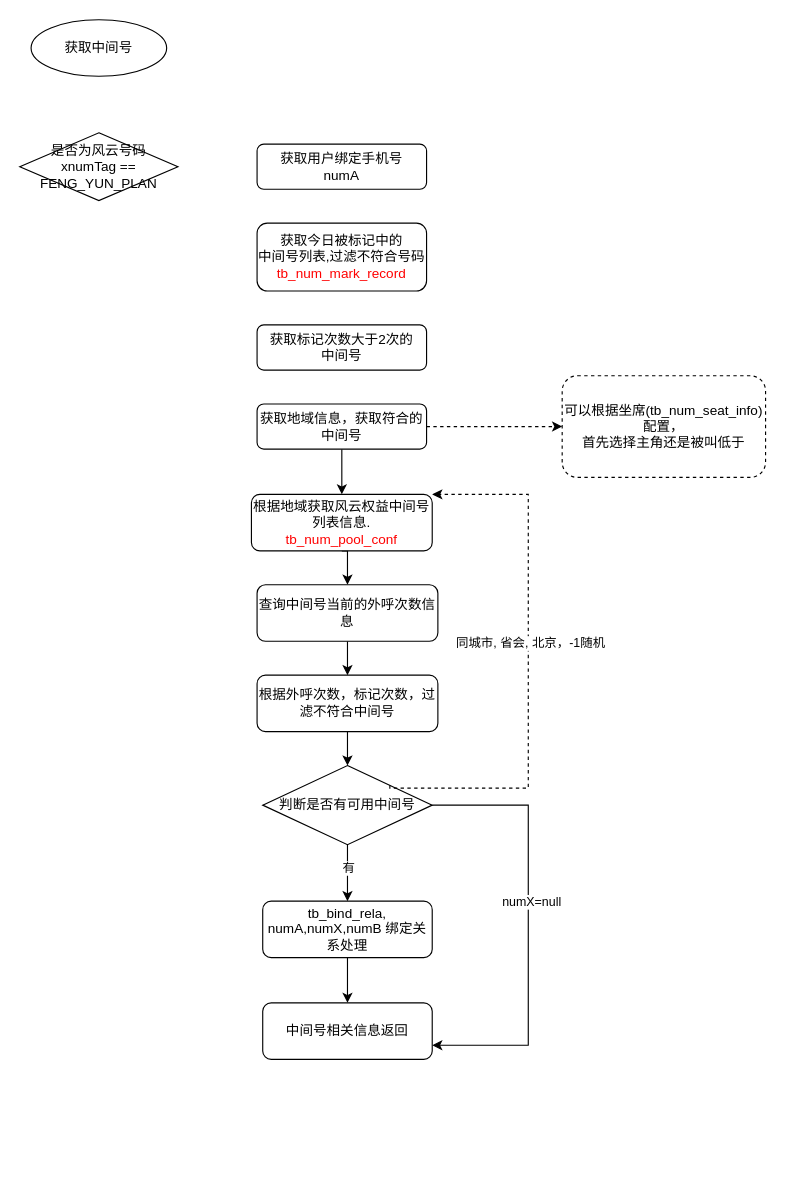
zhaoxiangchun/myMarkdownImg keeps this draw.io diagram as page "第 4 页" (4 of 4) of 3汇报.drawio. Above is the earlier version. Source tidied: cells renumbered, new cells numbered last; positions are measured from the earlier drawing's top-left corner, leaving out a move shared by most shapes. Both pictures are drawn from the tidied source at 113%, with x=0, y=0 at pixel (19, 19).
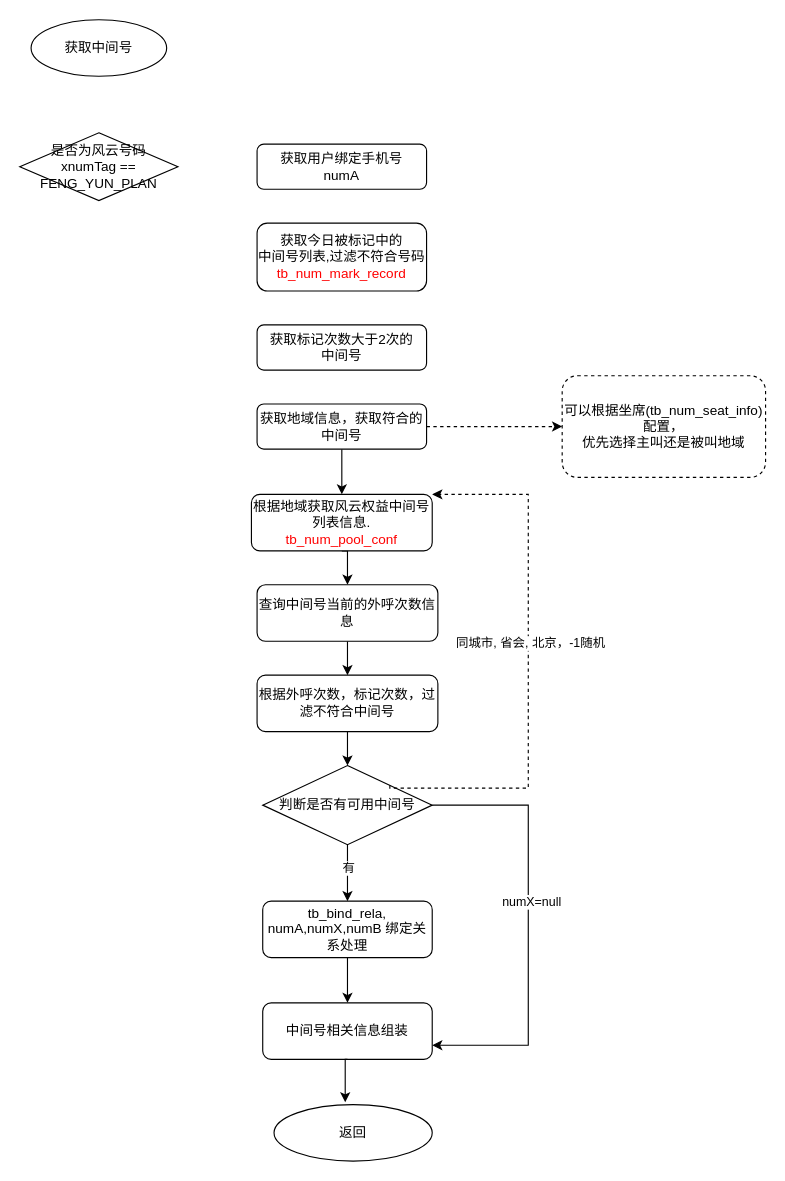
The same page after the edit.

The edit, as a diff of the source:
```diff
@@
-    <mxCell id="10" value="可以根据坐席(tb_num_seat_info)配置，&lt;br&gt;首先选择主角还是被叫低于" style="rounded=1;whiteSpace=wrap;html=1;dashed=1;" parent="1" vertex="1">
+    <mxCell id="10" value="可以根据坐席(tb_num_seat_info)配置，&lt;br&gt;优先选择主叫还是被叫地域" style="rounded=1;whiteSpace=wrap;html=1;dashed=1;" parent="1" vertex="1">
       <mxGeometry x="480" y="315" width="180" height="90" as="geometry" />
     </mxCell>
@@
-    <mxCell id="26" value="中间号相关信息返回" style="rounded=1;whiteSpace=wrap;html=1;" parent="1" vertex="1">
+    <mxCell id="26" value="中间号相关信息组装" style="rounded=1;whiteSpace=wrap;html=1;" parent="1" vertex="1">
       <mxGeometry x="215" y="870" width="150" height="50" as="geometry" />
     </mxCell>
+    <mxCell id="27" value="返回" style="ellipse;whiteSpace=wrap;html=1;" parent="1" vertex="1">
+      <mxGeometry x="225" y="960" width="140" height="50" as="geometry" />
+    </mxCell>
+    <mxCell id="28" style="edgeStyle=orthogonalEdgeStyle;rounded=0;jettySize=auto;html=1;exitX=0.5;exitY=1;exitDx=0;exitDy=0;entryX=0.45;entryY=-0.04;entryDx=0;entryDy=0;entryPerimeter=0;" parent="1" edge="1" source="26" target="27">
+      <mxGeometry relative="1" as="geometry" />
+    </mxCell>
```
